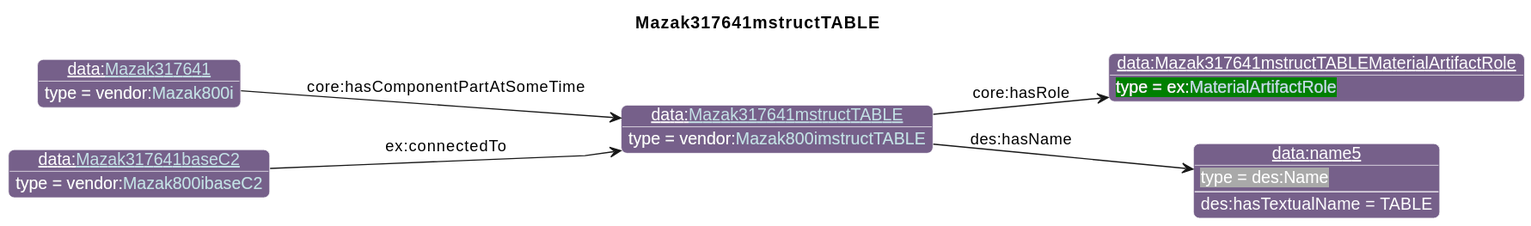
Above: diagrams/Mazak317641mstructTABLE.svg in iofoundry/example-syseng-mtconnect (PlantUML), before the change. Its diagram source:
```plantuml
@startuml
!include ../iof.iuml

<style>
object {
  HyperlinkColor #C4E1E6
}
</style>

left to right direction
skinparam linetype polyline
title Mazak317641mstructTABLE

!$default_direction = down

!$namespace_colors = { "bfo":"DFA702",
                      "iof":"1E90FF",
                      "ns":"Green",
                      "ns1":"76608A",
                      "core":"000000",
                      "ex":"Green",
                      "data":"76608A",
                      "vendor":"76608A",
                      "units":"8A2D3B",
                      "cmns-dsg":"3A0519",
                      "qp":"641B2E"
      }
individual(o0, data:[[./Mazak317641mstructTABLE.html Mazak317641mstructTABLE]], vendor:[[../Mazak.html#Mazak800imstructTABLE Mazak800imstructTABLE]])
individual(o1, data:Mazak317641mstructTABLEMaterialArtifactRole, ex:[[../Example.html#MaterialArtifactRole MaterialArtifactRole]])
individual(o2, data:name5, des:Name)
individual(o3, data:[[./Mazak317641.html Mazak317641]], vendor:[[../Mazak.html#Mazak800i Mazak800i]])
individual(o4, data:[[./Mazak317641baseC2.html Mazak317641baseC2]], vendor:[[../Mazak.html#Mazak800ibaseC2 Mazak800ibaseC2]])
property(o0, "core:hasRole", o1)
property(o0, "des:hasName", o2)
data(o2, "des:hasTextualName", "TABLE")
property(o3, "core:hasComponentPartAtSomeTime", o0)
property(o4, "ex:connectedTo", o0)
@enduml
```
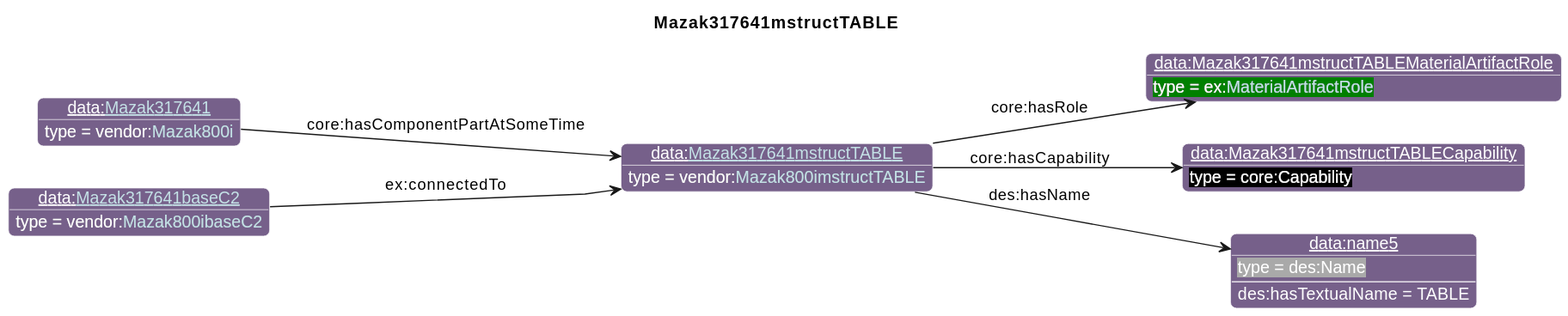
After the change.

Change to the diagram source:
```diff
@@ -27,12 +27,14 @@
       }
 individual(o0, data:[[./Mazak317641mstructTABLE.html Mazak317641mstructTABLE]], vendor:[[../Mazak.html#Mazak800imstructTABLE Mazak800imstructTABLE]])
 individual(o1, data:Mazak317641mstructTABLEMaterialArtifactRole, ex:[[../Example.html#MaterialArtifactRole MaterialArtifactRole]])
-individual(o2, data:name5, des:Name)
-individual(o3, data:[[./Mazak317641.html Mazak317641]], vendor:[[../Mazak.html#Mazak800i Mazak800i]])
-individual(o4, data:[[./Mazak317641baseC2.html Mazak317641baseC2]], vendor:[[../Mazak.html#Mazak800ibaseC2 Mazak800ibaseC2]])
+individual(o2, data:Mazak317641mstructTABLECapability, core:Capability)
+individual(o3, data:name5, des:Name)
+individual(o4, data:[[./Mazak317641.html Mazak317641]], vendor:[[../Mazak.html#Mazak800i Mazak800i]])
+individual(o5, data:[[./Mazak317641baseC2.html Mazak317641baseC2]], vendor:[[../Mazak.html#Mazak800ibaseC2 Mazak800ibaseC2]])
 property(o0, "core:hasRole", o1)
-property(o0, "des:hasName", o2)
-data(o2, "des:hasTextualName", "TABLE")
-property(o3, "core:hasComponentPartAtSomeTime", o0)
-property(o4, "ex:connectedTo", o0)
+property(o0, "core:hasCapability", o2)
+property(o0, "des:hasName", o3)
+data(o3, "des:hasTextualName", "TABLE")
+property(o4, "core:hasComponentPartAtSomeTime", o0)
+property(o5, "ex:connectedTo", o0)
 @enduml
```
